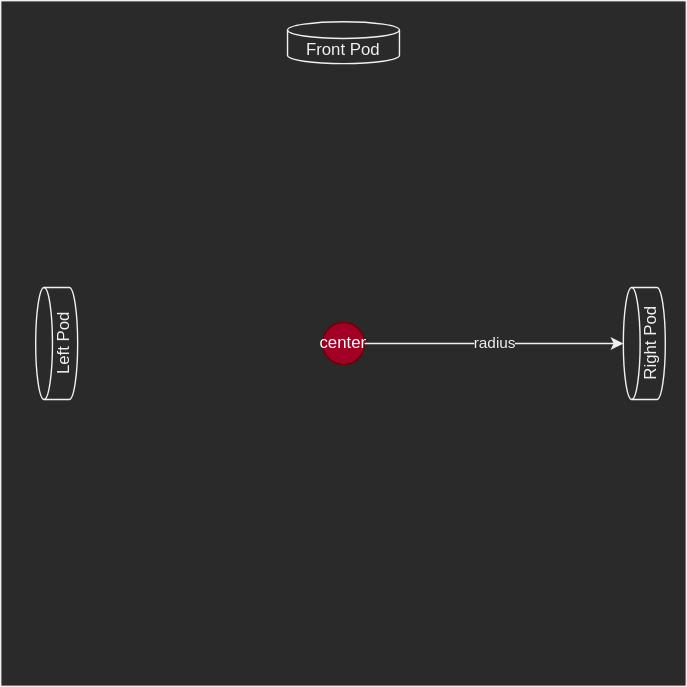
Earlier version of the draw.io export doc/WheelDiagram.drawio.svg (FIRST-Tech-Challenge/FtcRobotController). Source tidied: cells renumbered, new cells last; positions are measured from the earlier drawing's top-left corner, leaving out a move shared by most shapes. Source of this version:
```xml
<mxGraphModel>
  <root>
    <mxCell id="0" />
    <mxCell id="1" parent="0" />
    <mxCell id="2" style="rounded=0;whiteSpace=wrap;html=1;" parent="1" vertex="1">
      <mxGeometry width="490" height="490" as="geometry" />
    </mxCell>
    <mxCell id="3" value="Front Pod" style="shape=cylinder3;whiteSpace=wrap;html=1;boundedLbl=1;backgroundOutline=1;size=6;" parent="1" vertex="1">
      <mxGeometry x="205" y="15" width="80" height="30" as="geometry" />
    </mxCell>
    <mxCell id="4" value="Right Pod" style="shape=cylinder3;whiteSpace=wrap;html=1;boundedLbl=1;backgroundOutline=1;size=6;rotation=-90;" parent="1" vertex="1">
      <mxGeometry x="420" y="230" width="80" height="30" as="geometry" />
    </mxCell>
    <mxCell id="5" value="Left Pod" style="shape=cylinder3;whiteSpace=wrap;html=1;boundedLbl=1;backgroundOutline=1;size=6;rotation=-90;" parent="1" vertex="1">
      <mxGeometry y="230" width="80" height="30" as="geometry" />
    </mxCell>
    <mxCell id="6" value="center" style="ellipse;whiteSpace=wrap;html=1;fillColor=#a20025;fontColor=#ffffff;strokeColor=#6F0000;" parent="1" vertex="1">
      <mxGeometry x="230" y="230" width="30" height="30" as="geometry" />
    </mxCell>
    <mxCell id="7" value="radius&lt;br&gt;" style="endArrow=classic;html=1;rounded=0;entryX=0.5;entryY=0;entryDx=0;entryDy=0;entryPerimeter=0;" parent="1" edge="1" source="6" target="4">
      <mxGeometry relative="1" as="geometry" />
    </mxCell>
  </root>
</mxGraphModel>
```
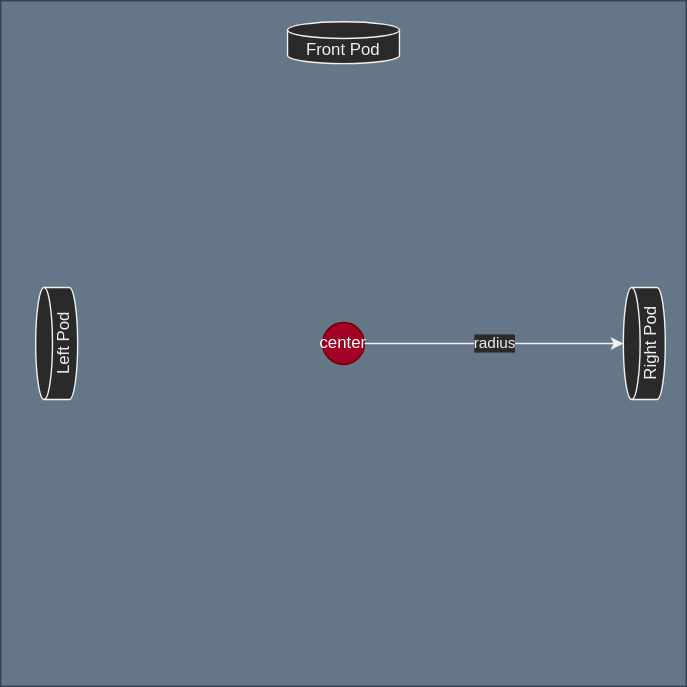
After the change.

Diff of the diagram source:
```diff
@@ -2,7 +2,7 @@
   <root>
     <mxCell id="0" />
     <mxCell id="1" parent="0" />
-    <mxCell id="2" style="rounded=0;whiteSpace=wrap;html=1;" parent="1" vertex="1">
+    <mxCell id="2" style="rounded=0;whiteSpace=wrap;html=1;fillColor=#647687;fontColor=#ffffff;strokeColor=#314354;" parent="1" vertex="1">
       <mxGeometry width="490" height="490" as="geometry" />
     </mxCell>
     <mxCell id="3" value="Front Pod" style="shape=cylinder3;whiteSpace=wrap;html=1;boundedLbl=1;backgroundOutline=1;size=6;" parent="1" vertex="1">
```
